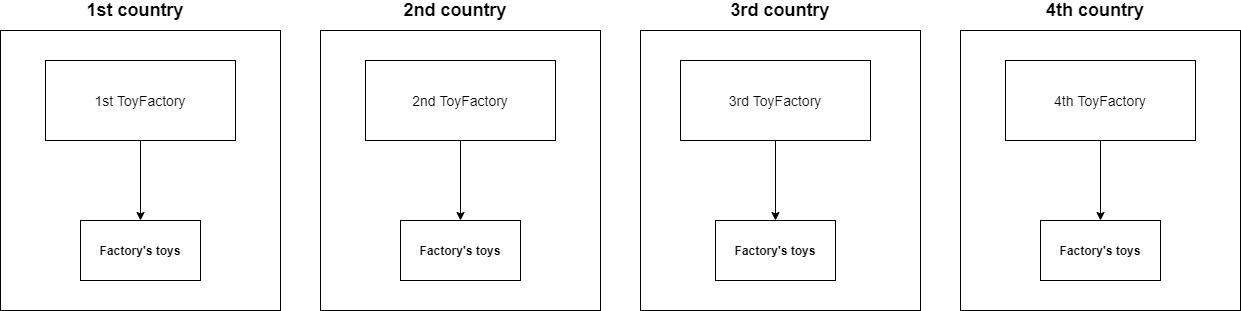
Above: PseudoDiagram.png in MDEV13/ControlWork (draw.io), before the change. Source tidied: cells renumbered, new cells last; positions are measured from the earlier drawing's top-left corner, leaving out a move shared by most shapes.
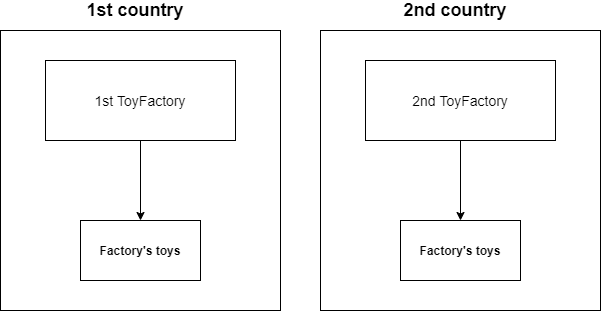
After the commit.

The edit, as a diff of the source:
```diff
@@ -8,12 +8,6 @@
     <mxCell id="3" style="whiteSpace=wrap;html=1;" parent="1" vertex="1">
       <mxGeometry x="320" y="30" width="280" height="280" as="geometry" />
     </mxCell>
-    <mxCell id="4" style="whiteSpace=wrap;html=1;" parent="1" vertex="1">
-      <mxGeometry x="640" y="30" width="280" height="280" as="geometry" />
-    </mxCell>
-    <mxCell id="5" style="whiteSpace=wrap;html=1;" parent="1" vertex="1">
-      <mxGeometry x="960" y="30" width="280" height="280" as="geometry" />
-    </mxCell>
     <mxCell id="6" style="rounded=0;whiteSpace=wrap;html=1;" parent="1" vertex="1">
       <mxGeometry x="45" y="60" width="190" height="80" as="geometry" />
     </mxCell>
@@ -44,35 +38,5 @@
     <mxCell id="15" value="&lt;b&gt;Factory's toys&lt;/b&gt;" style="rounded=0;whiteSpace=wrap;html=1;" parent="1" vertex="1">
       <mxGeometry x="400" y="220" width="120" height="60" as="geometry" />
     </mxCell>
-    <mxCell id="16" style="rounded=0;whiteSpace=wrap;html=1;" parent="1" vertex="1">
-      <mxGeometry x="680" y="60" width="190" height="80" as="geometry" />
-    </mxCell>
-    <mxCell id="17" value="&lt;font style=&quot;font-size: 14px&quot;&gt;3rd ToyFactory&lt;/font&gt;" style="text;html=1;strokeColor=none;fillColor=none;align=center;verticalAlign=middle;whiteSpace=wrap;rounded=0;" parent="1" vertex="1">
-      <mxGeometry x="720" y="90" width="110" height="20" as="geometry" />
-    </mxCell>
-    <mxCell id="18" style="endArrow=classic;html=1;exitX=0.5;exitY=1;exitDx=0;exitDy=0;entryX=0.5;entryY=0;entryDx=0;entryDy=0;" parent="1" edge="1" source="16" target="19">
-      <mxGeometry relative="1" as="geometry" />
-    </mxCell>
-    <mxCell id="19" value="&lt;b&gt;Factory's toys&lt;/b&gt;" style="rounded=0;whiteSpace=wrap;html=1;" parent="1" vertex="1">
-      <mxGeometry x="715" y="220" width="120" height="60" as="geometry" />
-    </mxCell>
-    <mxCell id="20" style="rounded=0;whiteSpace=wrap;html=1;" parent="1" vertex="1">
-      <mxGeometry x="1005" y="60" width="190" height="80" as="geometry" />
-    </mxCell>
-    <mxCell id="21" value="&lt;font style=&quot;font-size: 14px&quot;&gt;4th ToyFactory&lt;/font&gt;" style="text;html=1;strokeColor=none;fillColor=none;align=center;verticalAlign=middle;whiteSpace=wrap;rounded=0;" parent="1" vertex="1">
-      <mxGeometry x="1045" y="90" width="110" height="20" as="geometry" />
-    </mxCell>
-    <mxCell id="22" style="endArrow=classic;html=1;exitX=0.5;exitY=1;exitDx=0;exitDy=0;entryX=0.5;entryY=0;entryDx=0;entryDy=0;" parent="1" edge="1" source="20" target="23">
-      <mxGeometry relative="1" as="geometry" />
-    </mxCell>
-    <mxCell id="23" value="&lt;b&gt;Factory's toys&lt;/b&gt;" style="rounded=0;whiteSpace=wrap;html=1;" parent="1" vertex="1">
-      <mxGeometry x="1040" y="220" width="120" height="60" as="geometry" />
-    </mxCell>
-    <mxCell id="24" value="&lt;font style=&quot;font-size: 18px&quot;&gt;&lt;b&gt;3rd country&lt;/b&gt;&lt;/font&gt;" style="text;html=1;strokeColor=none;fillColor=none;align=center;verticalAlign=middle;whiteSpace=wrap;rounded=0;" parent="1" vertex="1">
-      <mxGeometry x="725" width="110" height="20" as="geometry" />
-    </mxCell>
-    <mxCell id="25" value="&lt;font style=&quot;font-size: 18px&quot;&gt;&lt;b&gt;4th country&lt;/b&gt;&lt;/font&gt;" style="text;html=1;strokeColor=none;fillColor=none;align=center;verticalAlign=middle;whiteSpace=wrap;rounded=0;" parent="1" vertex="1">
-      <mxGeometry x="1040" width="110" height="20" as="geometry" />
-    </mxCell>
   </root>
 </mxGraphModel>
```
